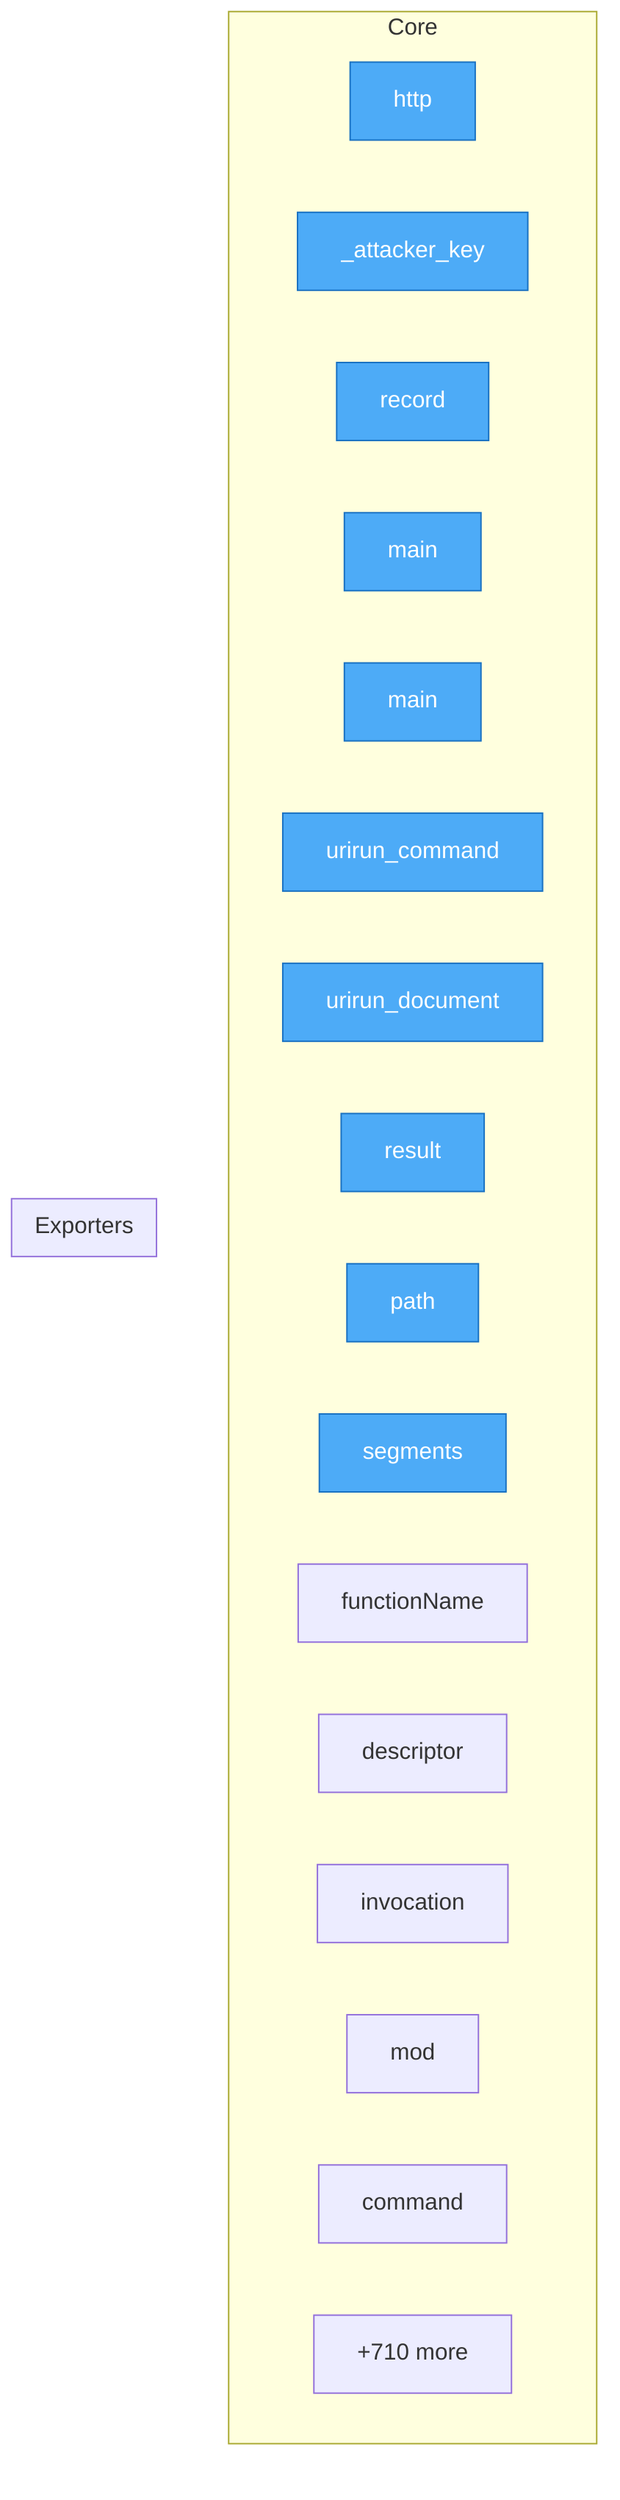
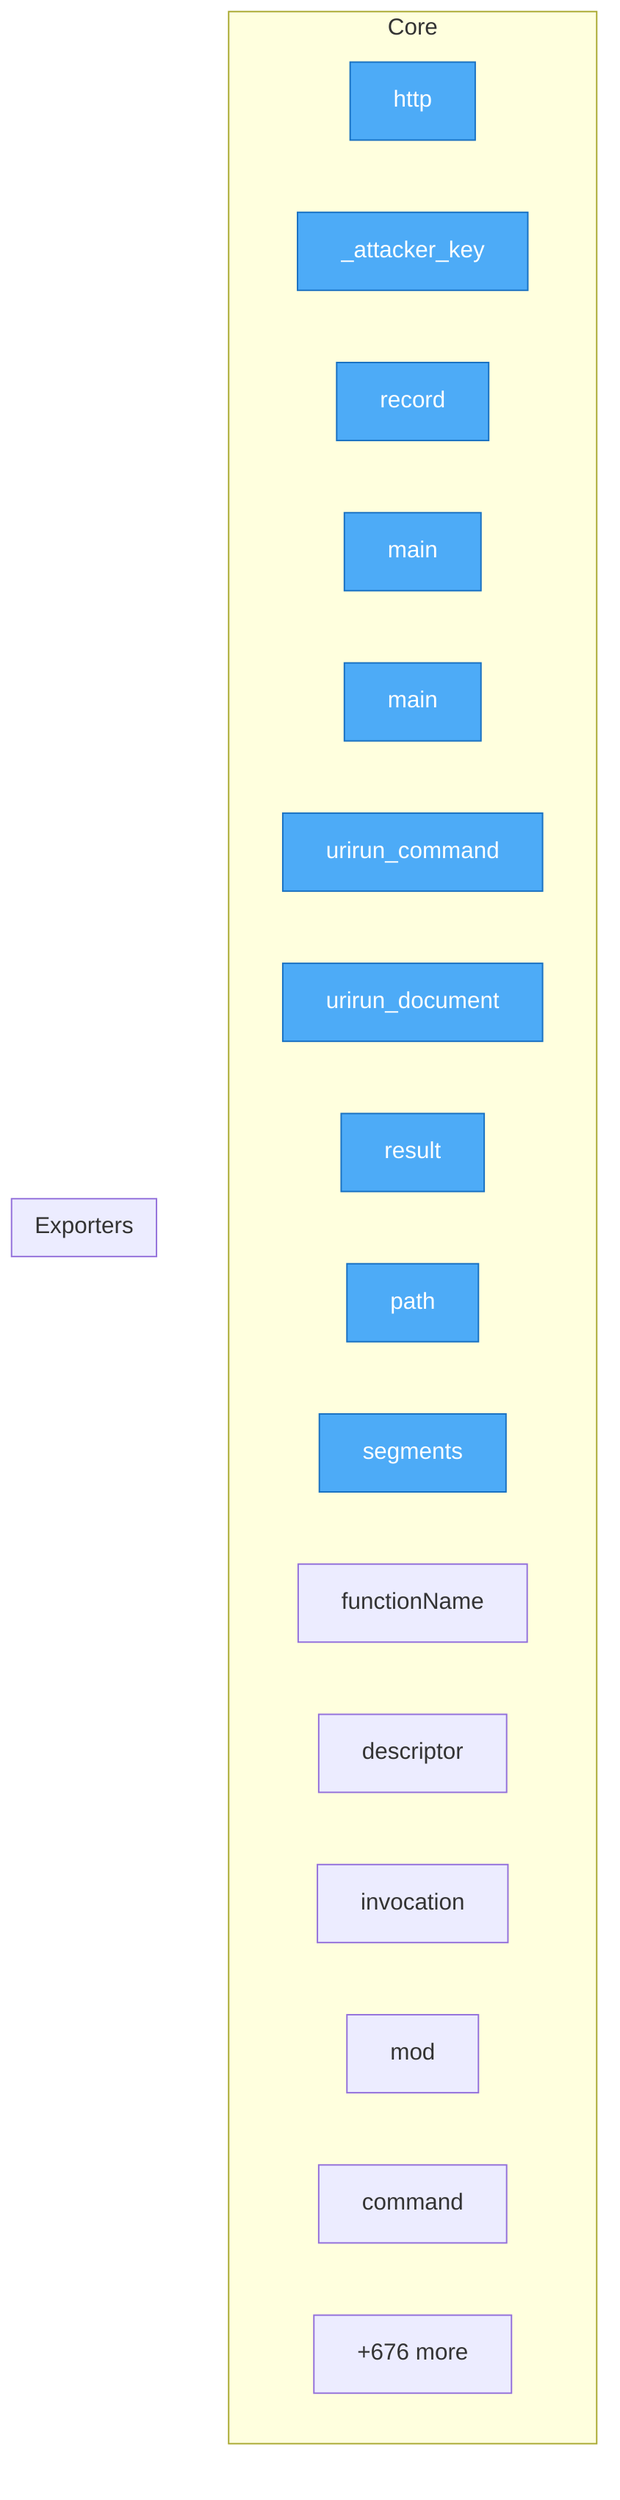
flowchart TD
- %% generated in 0.05s
+ %% generated in 0.04s

    %% Entry points (blue)
    classDef entry fill:#4dabf7,stroke:#1971c2,color:#fff

    subgraph Core
        security__mesh_probe__probe__http["http"]
        security__mesh_probe__probe___attacker_key["_attacker_key"]
        security__mesh_probe__probe__record["record"]
        adapters__conformance__main["main"]
        adapters__new_connector__main["main"]
        adapters__bash__urirun__urirun_command["urirun_command"]
        adapters__bash__urirun__urirun_document["urirun_document"]
        adapters__js__index__test__result["result"]
        adapters__js__path["path"]
        adapters__js__segments["segments"]
        adapters__js__functionName["functionName"]
        adapters__js__descriptor["descriptor"]
        adapters__js__invocation["invocation"]
        adapters__js__mod["mod"]
        adapters__java__Urirun__Urirun__command["command"]
-         ...["+710 more"]
+         ...["+676 more"]
    end

    subgraph Exporters
    end

    class security__mesh_probe__probe__http,security__mesh_probe__probe___attacker_key,security__mesh_probe__probe__record,adapters__conformance__main,adapters__new_connector__main,adapters__bash__urirun__urirun_command,adapters__bash__urirun__urirun_document,adapters__js__index__test__result,adapters__js__path,adapters__js__segments entry
